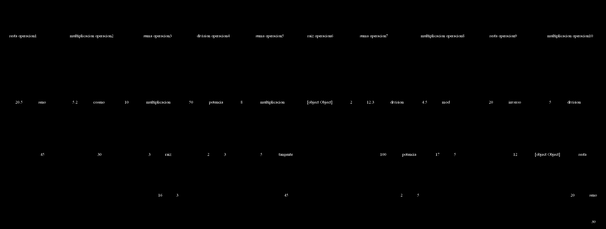
Before: Backend/src/Classes/202230026.png, a diagram exported from Graphviz (kik3-h/LFP_EVD_2024_Proyecto2). Its source is kept beside it as Backend/src/Classes/202230026.dot. Its diagram source:
```dot
digraph Operaciones {
  graph [bgcolor="#000000"];
  node [shape=circle, style=filled, fillcolor="#000000", fontcolor="#FFFFFF", fontname="Times-Roman"];
  n1 [label="resta operacion1"];
  n2 [label="20.5"];
  n1 -> n2;
  n3 [label="seno "];
  n1 -> n3;
  n4 [label="45"];
  n3 -> n4;
  n5 [label="multiplicacion operacion2"];
  n6 [label="5.2"];
  n5 -> n6;
  n7 [label="coseno "];
  n5 -> n7;
  n8 [label="30"];
  n7 -> n8;
  n9 [label="suma operacion3"];
  n10 [label="10"];
  n9 -> n10;
  n11 [label="multiplicacion "];
  n9 -> n11;
  n12 [label="3"];
  n11 -> n12;
  n13 [label="raiz "];
  n11 -> n13;
  n14 [label="16"];
  n13 -> n14;
  n15 [label="3"];
  n13 -> n15;
  n16 [label="division operacion4"];
  n17 [label="50"];
  n16 -> n17;
  n18 [label="potencia "];
  n16 -> n18;
  n19 [label="2"];
  n18 -> n19;
  n20 [label="3"];
  n18 -> n20;
  n21 [label="suma operacion5"];
  n22 [label="8"];
  n21 -> n22;
  n23 [label="multiplicacion "];
  n21 -> n23;
  n24 [label="5"];
  n23 -> n24;
  n25 [label="tangente "];
  n23 -> n25;
  n26 [label="45"];
  n25 -> n26;
  n27 [label="raiz operacion6"];
  n28 [label="[object Object]"];
  n27 -> n28;
  n29 [label="2"];
  n27 -> n29;
  n30 [label="suma operacion7"];
  n31 [label="12.3"];
  n30 -> n31;
  n32 [label="division "];
  n30 -> n32;
  n33 [label="100"];
  n32 -> n33;
  n34 [label="potencia "];
  n32 -> n34;
  n35 [label="2"];
  n34 -> n35;
  n36 [label="5"];
  n34 -> n36;
  n37 [label="multiplicacion operacion8"];
  n38 [label="4.5"];
  n37 -> n38;
  n39 [label="mod "];
  n37 -> n39;
  n40 [label="17"];
  n39 -> n40;
  n41 [label="5"];
  n39 -> n41;
  n42 [label="resta operacion9"];
  n43 [label="20"];
  n42 -> n43;
  n44 [label="inverso "];
  n42 -> n44;
  n45 [label="12"];
  n44 -> n45;
  n46 [label="multiplicacion operacion10"];
  n47 [label="5"];
  n46 -> n47;
  n48 [label="division "];
  n46 -> n48;
  n49 [label="[object Object]"];
  n48 -> n49;
  n50 [label="resta "];
  n48 -> n50;
  n51 [label="20"];
  n50 -> n51;
  n52 [label="seno "];
  n50 -> n52;
  n53 [label="30"];
  n52 -> n53;
}
```
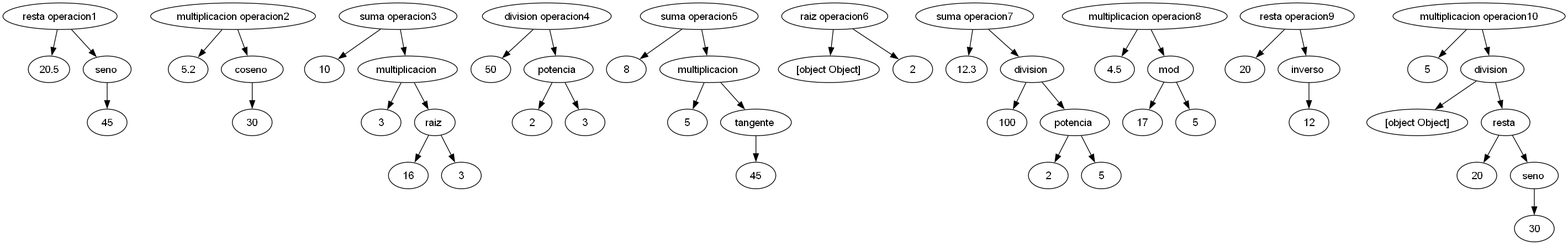
The same file after the commit.

The edit, as a diff of the source:
```diff
@@ -1,6 +1,6 @@
 digraph Operaciones {
-  graph [bgcolor="#000000"];
-  node [shape=circle, style=filled, fillcolor="#000000", fontcolor="#FFFFFF", fontname="Times-Roman"];
+  graph [bgcolor="#ffffff"];
+  node [shape=ellipse, style=filled, fillcolor="#ffffff", fontcolor="#000000", fontname="Arial"];
   n1 [label="resta operacion1"];
   n2 [label="20.5"];
   n1 -> n2;
```
